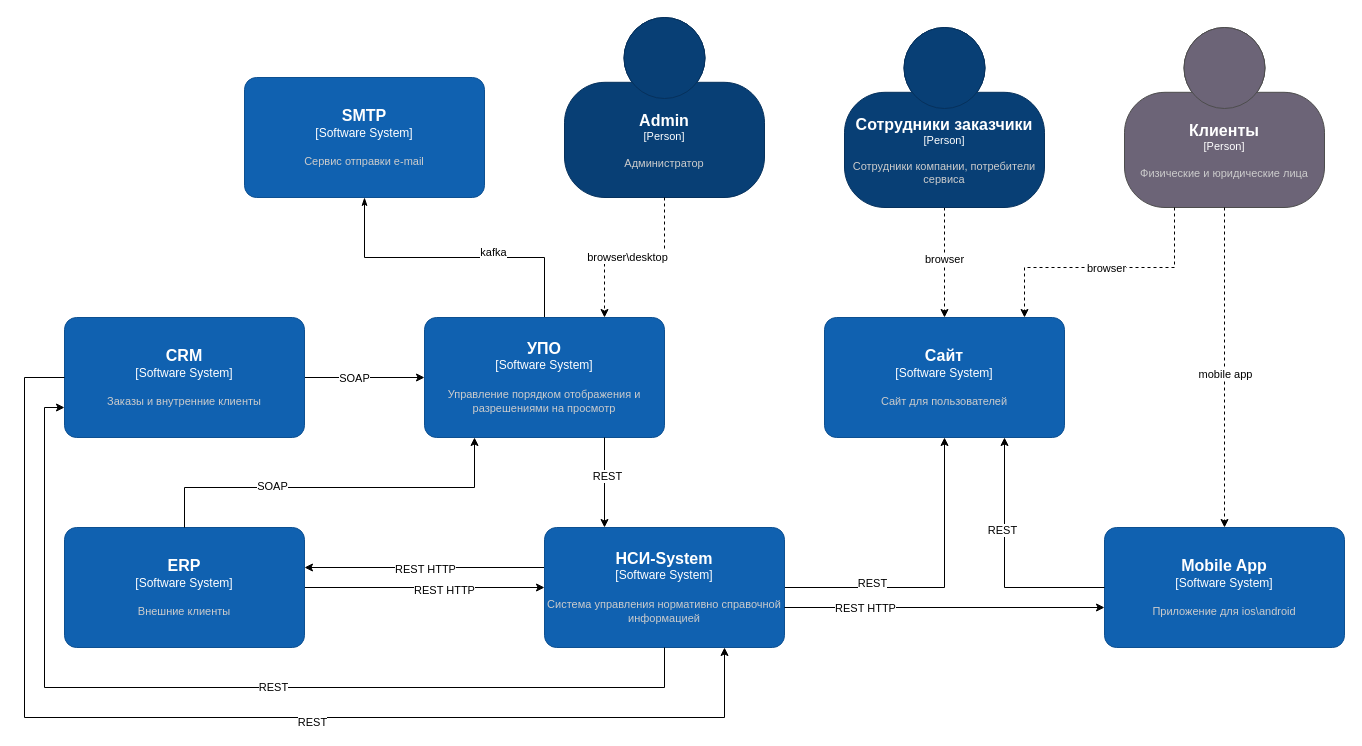
The draw.io diagram Архитектура решения.drawio in debaucep/system-analyst-course, before the edit. Source tidied: cells renumbered, new cells numbered last; positions are measured from the earlier drawing's top-left corner, leaving out a move shared by most shapes. Both pictures are drawn from the tidied source at 100%, with x=0, y=0 at pixel (24, 17).
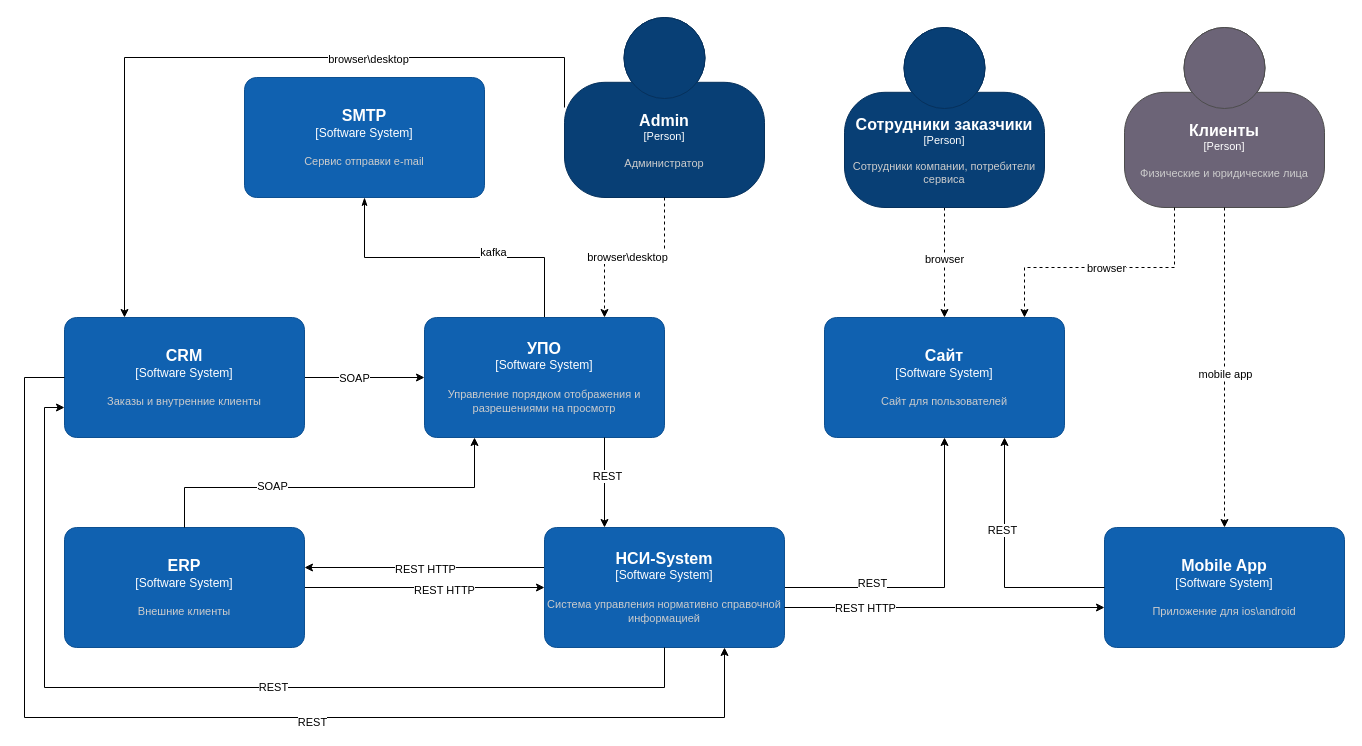
After the change.

The change refers to these unchanged cells:
```xml
<object id="4" label="&lt;font style=&quot;font-size: 16px&quot;&gt;&lt;b&gt;%c4Name%&lt;/b&gt;&lt;/font&gt;&lt;div&gt;[%c4Type%]&lt;/div&gt;&lt;br&gt;&lt;div&gt;&lt;font style=&quot;font-size: 11px&quot;&gt;&lt;font color=&quot;#cccccc&quot;&gt;%c4Description%&lt;/font&gt;&lt;/div&gt;" c4Description="Заказы и внутренние клиенты" c4Name="CRM" c4Type="Software System" placeholders="1">
  <mxCell style="rounded=1;whiteSpace=wrap;html=1;labelBackgroundColor=none;fillColor=#1061B0;fontColor=#ffffff;align=center;arcSize=10;strokeColor=#0D5091;points=[[0.25,0,0],[0.5,0,0],[0.75,0,0],[1,0.25,0],[1,0.5,0],[1,0.75,0],[0.75,1,0],[0.5,1,0],[0.25,1,0],[0,0.75,0],[0,0.5,0],[0,0.25,0]];" parent="1" vertex="1">
    <mxGeometry x="40" y="300" width="240" height="120" as="geometry" />
  </mxCell>
</object>
<object id="35" label="&lt;font style=&quot;font-size: 16px&quot;&gt;&lt;b&gt;%c4Name%&lt;/b&gt;&lt;/font&gt;&lt;div&gt;[%c4Type%]&lt;/div&gt;&lt;br&gt;&lt;div&gt;&lt;font style=&quot;font-size: 11px&quot;&gt;&lt;font color=&quot;#cccccc&quot;&gt;%c4Description%&lt;/font&gt;&lt;/div&gt;" c4Description="Администратор" c4Name="Admin" c4Type="Person" placeholders="1">
  <mxCell style="html=1;fontSize=11;dashed=0;whiteSpace=wrap;fillColor=#083F75;strokeColor=#06315C;fontColor=#ffffff;shape=mxgraph.c4.person2;align=center;points=[[0.5,0,0],[1,0.5,0],[1,0.75,0],[0.75,1,0],[0.5,1,0],[0.25,1,0],[0,0.75,0],[0,0.5,0]];" parent="1" vertex="1">
    <mxGeometry x="540" width="200" height="180" as="geometry" />
  </mxCell>
</object>
```

Change to the diagram source:
```diff
@@
+    <mxCell id="42" style="edgeStyle=orthogonalEdgeStyle;rounded=0;jettySize=auto;html=1;entryX=0.25;entryY=0;entryDx=0;entryDy=0;entryPerimeter=0;exitX=0;exitY=0.5;exitDx=0;exitDy=0;exitPerimeter=0;" parent="1" edge="1" source="35" target="4">
+      <mxGeometry relative="1" as="geometry">
+        <Array as="points">
+          <mxPoint x="540" y="40" />
+          <mxPoint x="100" y="40" />
+        </Array>
+      </mxGeometry>
+    </mxCell>
+    <mxCell id="43" value="browser\desktop" style="edgeLabel;html=1;align=center;verticalAlign=middle;numbered=0;" parent="42" vertex="1">
+      <mxGeometry x="-0.34" y="1" relative="1" as="geometry" />
+    </mxCell>
```
